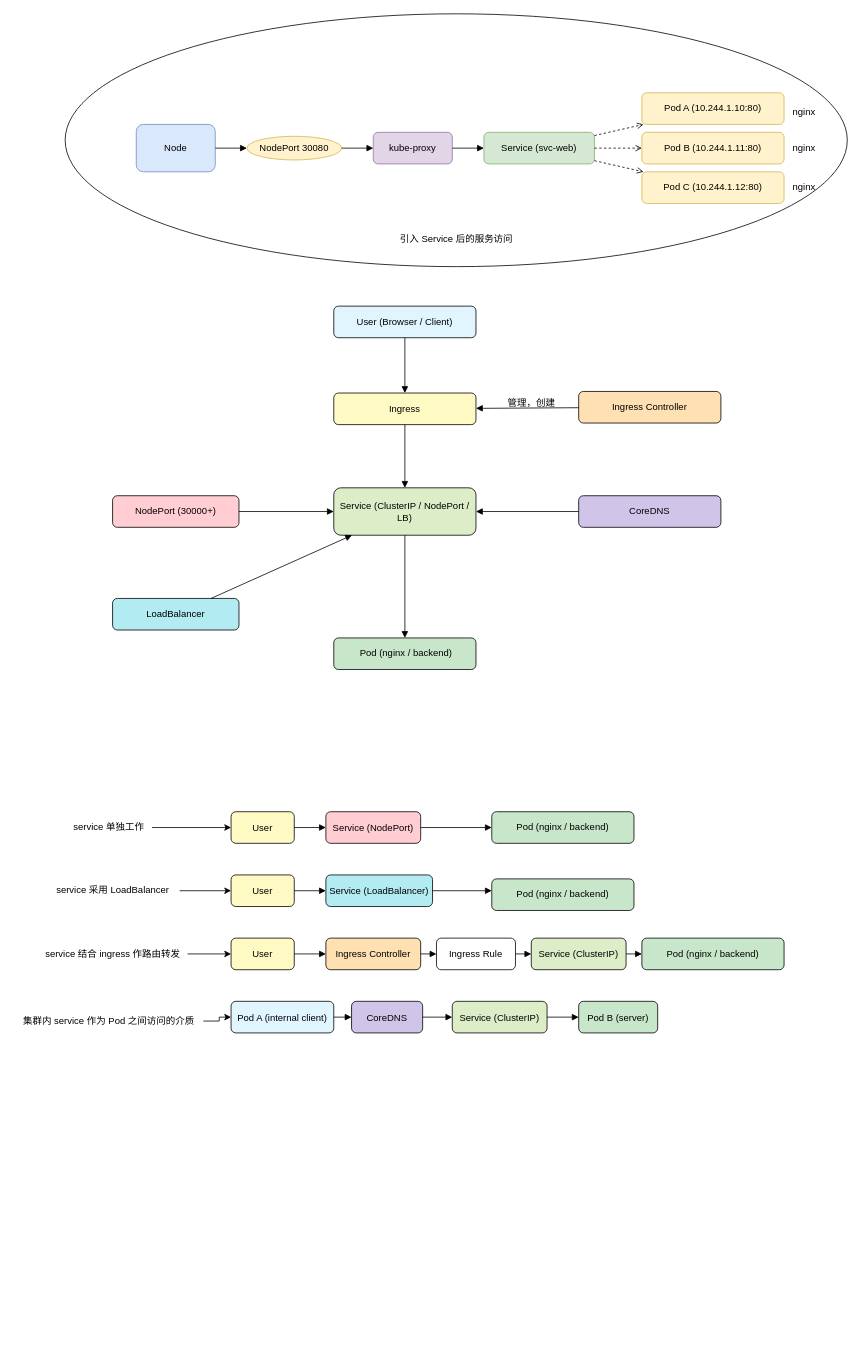
Above: kubernetes.drawio in crazyfrankie/draw.io (draw.io), before the change. Source tidied: cells renumbered, new cells numbered last; positions are measured from the earlier drawing's top-left corner, leaving out a move shared by most shapes. Both pictures are drawn from the tidied source at 79%, with x=0, y=0 at pixel (13, 13).
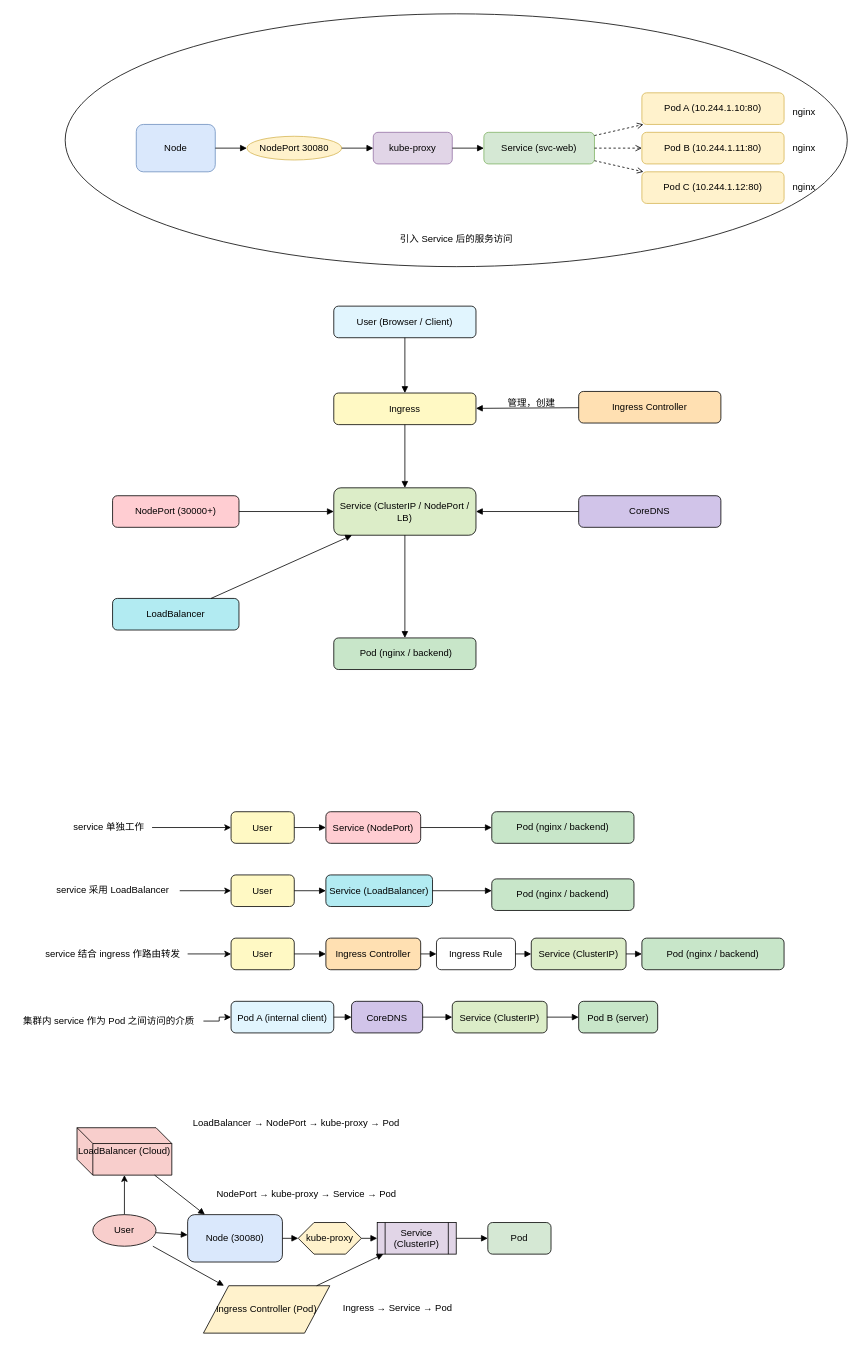
After the change.

What changed in the source:
```diff
@@
+    <mxCell id="70" style="edgeStyle=orthogonalEdgeStyle;rounded=0;jettySize=auto;html=1;" parent="1" edge="1" source="71" target="76">
+      <mxGeometry relative="1" as="geometry" />
+    </mxCell>
+    <mxCell id="71" value="User" style="shape=ellipse;whiteSpace=wrap;html=1;fillColor=#f8cecc;" parent="1" vertex="1">
+      <mxGeometry x="100" y="1520" width="80" height="40" as="geometry" />
+    </mxCell>
+    <mxCell id="72" value="Node (30080)" style="rounded=1;whiteSpace=wrap;html=1;fillColor=#dae8fc;" parent="1" vertex="1">
+      <mxGeometry x="220" y="1520" width="120" height="60" as="geometry" />
+    </mxCell>
+    <mxCell id="73" value="kube-proxy" style="shape=hexagon;whiteSpace=wrap;html=1;fillColor=#fff2cc;" parent="1" vertex="1">
+      <mxGeometry x="360" y="1530" width="80" height="40" as="geometry" />
+    </mxCell>
+    <mxCell id="74" value="Service (ClusterIP)" style="shape=process;whiteSpace=wrap;html=1;fillColor=#e1d5e7;" parent="1" vertex="1">
+      <mxGeometry x="460" y="1530" width="100" height="40" as="geometry" />
+    </mxCell>
+    <mxCell id="75" value="Pod" style="rounded=1;whiteSpace=wrap;html=1;fillColor=#d5e8d4;" parent="1" vertex="1">
+      <mxGeometry x="600" y="1530" width="80" height="40" as="geometry" />
+    </mxCell>
+    <mxCell id="76" value="LoadBalancer (Cloud)" style="shape=cube;whiteSpace=wrap;html=1;fillColor=#f8cecc;" parent="1" vertex="1">
+      <mxGeometry x="80" y="1410" width="120" height="60" as="geometry" />
+    </mxCell>
+    <mxCell id="77" value="Ingress Controller (Pod)" style="shape=parallelogram;whiteSpace=wrap;html=1;fillColor=#fff2cc;" parent="1" vertex="1">
+      <mxGeometry x="240" y="1610" width="160" height="60" as="geometry" />
+    </mxCell>
+    <mxCell id="78" value="NodePort → kube-proxy → Service → Pod" style="text;html=1;strokeColor=none;fillColor=none;" parent="1" vertex="1">
+      <mxGeometry x="255" y="1480" width="350" height="30" as="geometry" />
+    </mxCell>
+    <mxCell id="79" value="LoadBalancer → NodePort → kube-proxy → Pod" style="text;html=1;strokeColor=none;fillColor=none;" parent="1" vertex="1">
+      <mxGeometry x="225" y="1390" width="350" height="30" as="geometry" />
+    </mxCell>
+    <mxCell id="80" value="Ingress → Service → Pod" style="text;html=1;strokeColor=none;fillColor=none;" parent="1" vertex="1">
+      <mxGeometry x="415" y="1625" width="200" height="30" as="geometry" />
+    </mxCell>
+    <mxCell id="81" style="endArrow=block;html=1;" parent="1" edge="1" source="71" target="72">
+      <mxGeometry relative="1" as="geometry" />
+    </mxCell>
+    <mxCell id="82" style="endArrow=block;html=1;" parent="1" edge="1" source="72" target="73">
+      <mxGeometry relative="1" as="geometry" />
+    </mxCell>
+    <mxCell id="83" style="endArrow=block;html=1;" parent="1" edge="1" source="73" target="74">
+      <mxGeometry relative="1" as="geometry" />
+    </mxCell>
+    <mxCell id="84" style="endArrow=block;html=1;" parent="1" edge="1" source="74" target="75">
+      <mxGeometry relative="1" as="geometry" />
+    </mxCell>
+    <mxCell id="85" style="endArrow=block;html=1;" parent="1" edge="1" source="76" target="72">
+      <mxGeometry relative="1" as="geometry" />
+    </mxCell>
+    <mxCell id="86" style="endArrow=block;html=1;" parent="1" edge="1" source="71" target="77">
+      <mxGeometry relative="1" as="geometry" />
+    </mxCell>
+    <mxCell id="87" style="endArrow=block;html=1;" parent="1" edge="1" source="77" target="74">
+      <mxGeometry relative="1" as="geometry" />
+    </mxCell>
```
